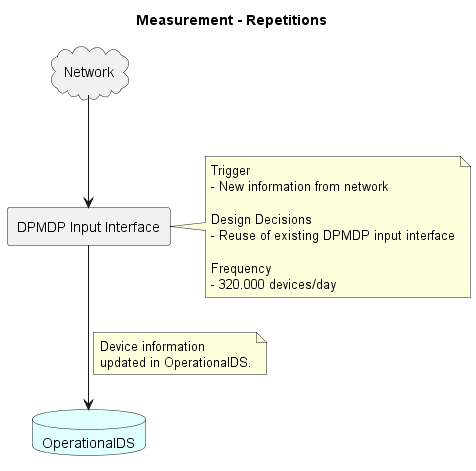
Earlier version of the PlantUML export spec/additionalDocumentation/InformationStructure/diagrams/01_measurementRepetitions.png (kmohr-soprasteria/FirmWareManager).
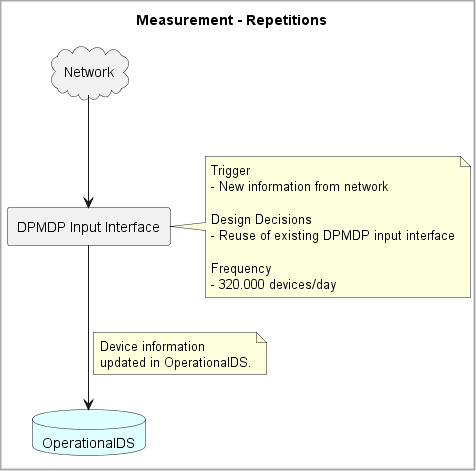
The same file after the commit.

The edit, as a diff of the source:
```diff
@@ -1,4 +1,8 @@
-@startuml 01_measurementRepititions
+@startuml 01_measurementRepetitions
+
+skinparam BackgroundColor White
+skinparam DiagramBorderColor DarkGray
+skinparam DiagramBorderThickness 2
 
 title Measurement - Repetitions
 
```
